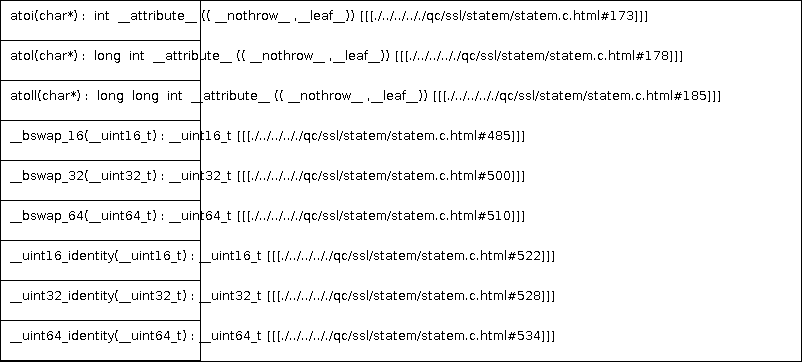
Above: docs/qc/ssl/statem/statem.c.png in qualitesys/openssl (PlantUML), before the change. Its source is kept beside it as docs/qc/ssl/statem/statem.c.puml. Source of this version:
```plantuml
@startuml
!pragma layout smetana
class dummy {
atoi(char*) :  int  __attribute__ (( __nothrow__ ,__leaf__)) [[[./../../.././qc/ssl/statem/statem.c.html#173]]]
atol(char*) :  long  int  __attribute__ (( __nothrow__ ,__leaf__)) [[[./../../.././qc/ssl/statem/statem.c.html#178]]]
atoll(char*) :  long  long  int  __attribute__ (( __nothrow__ ,__leaf__)) [[[./../../.././qc/ssl/statem/statem.c.html#185]]]
__bswap_16(__uint16_t) : __uint16_t [[[./../../.././qc/ssl/statem/statem.c.html#485]]]
__bswap_32(__uint32_t) : __uint32_t [[[./../../.././qc/ssl/statem/statem.c.html#500]]]
__bswap_64(__uint64_t) : __uint64_t [[[./../../.././qc/ssl/statem/statem.c.html#510]]]
__uint16_identity(__uint16_t) : __uint16_t [[[./../../.././qc/ssl/statem/statem.c.html#522]]]
__uint32_identity(__uint32_t) : __uint32_t [[[./../../.././qc/ssl/statem/statem.c.html#528]]]
__uint64_identity(__uint64_t) : __uint64_t [[[./../../.././qc/ssl/statem/statem.c.html#534]]]
}
@enduml
```
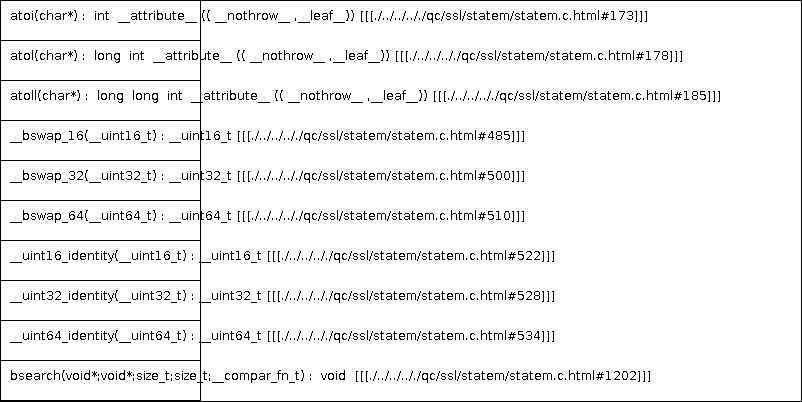
After the commit.

What changed in the source:
```diff
@@ -10,5 +10,6 @@
 __uint16_identity(__uint16_t) : __uint16_t [[[./../../.././qc/ssl/statem/statem.c.html#522]]]
 __uint32_identity(__uint32_t) : __uint32_t [[[./../../.././qc/ssl/statem/statem.c.html#528]]]
 __uint64_identity(__uint64_t) : __uint64_t [[[./../../.././qc/ssl/statem/statem.c.html#534]]]
+bsearch(void*;void*;size_t;size_t;__compar_fn_t) :  void  [[[./../../.././qc/ssl/statem/statem.c.html#1202]]]
 }
 @enduml
```
